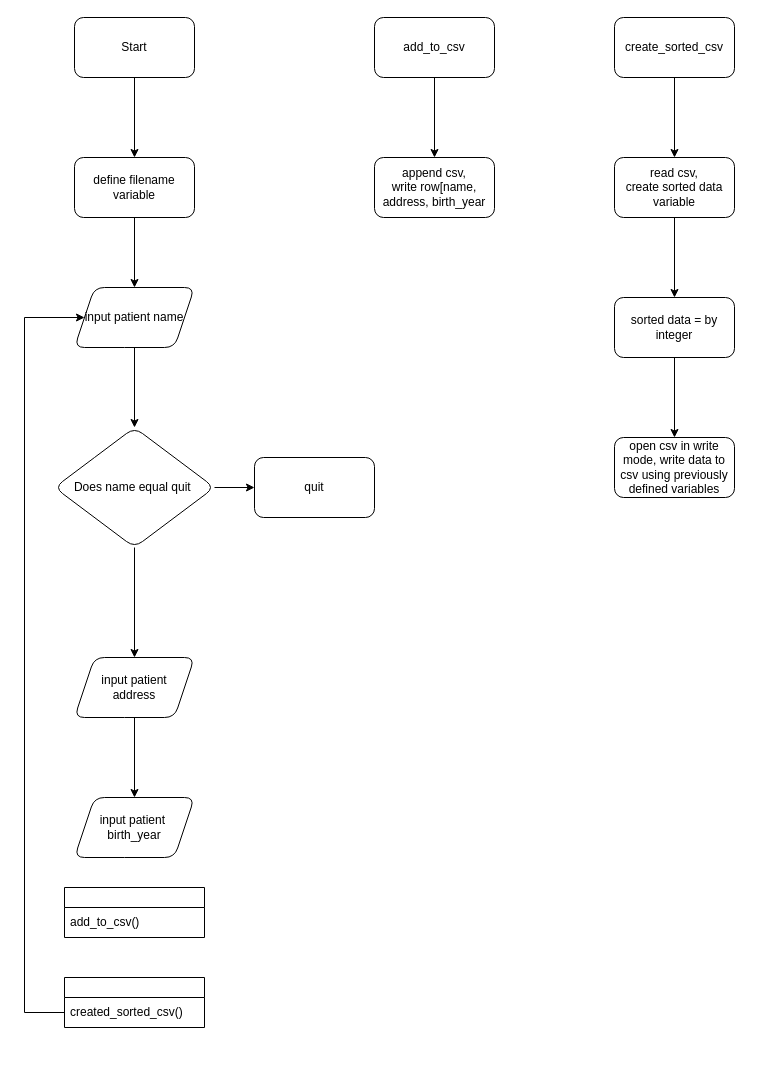
TheAgera/DrawIO keeps this draw.io diagram as M7 File Handling.drawio. Above is the earlier version. Source tidied: cells renumbered, new cells numbered last; positions are measured from the earlier drawing's top-left corner, leaving out a move shared by most shapes. Both pictures are drawn from the tidied source at 100%, with x=0, y=0 at pixel (24, 17).
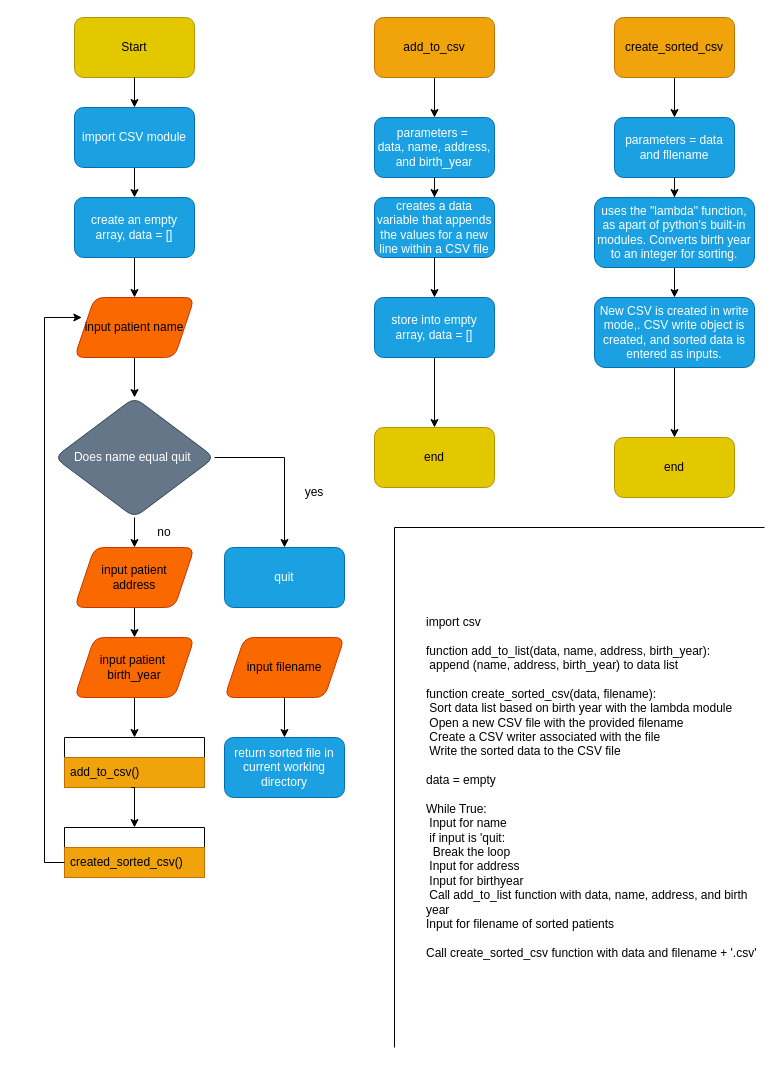
The same page after the edit.

Change to the diagram source:
```diff
@@
-    <mxCell id="2" style="edgeStyle=orthogonalEdgeStyle;rounded=0;jettySize=auto;html=1;" parent="1" edge="1" source="3" target="5">
-      <mxGeometry relative="1" as="geometry" />
-    </mxCell>
-    <mxCell id="3" value="Start" style="rounded=1;whiteSpace=wrap;html=1;" parent="1" vertex="1">
+    <mxCell id="3" value="Start" style="rounded=1;whiteSpace=wrap;html=1;fillColor=#e3c800;fontColor=#000000;strokeColor=#B09500;" parent="1" vertex="1">
       <mxGeometry x="50" width="120" height="60" as="geometry" />
     </mxCell>
@@
-    <mxCell id="5" value="define filename variable" style="whiteSpace=wrap;html=1;rounded=1;" parent="1" vertex="1">
-      <mxGeometry x="50" y="140" width="120" height="60" as="geometry" />
-    </mxCell>
-    <mxCell id="6" style="edgeStyle=orthogonalEdgeStyle;rounded=0;jettySize=auto;html=1;" parent="1" edge="1" source="8" target="9">
+    <mxCell id="6" style="edgeStyle=orthogonalEdgeStyle;rounded=0;jettySize=auto;html=1;exitX=1;exitY=0.5;exitDx=0;exitDy=0;" parent="1" edge="1" source="8" target="9">
       <mxGeometry relative="1" as="geometry" />
     </mxCell>
@@
-    <mxCell id="8" value="Does name equal quit&amp;nbsp;" style="rhombus;whiteSpace=wrap;html=1;rounded=1;" parent="1" vertex="1">
-      <mxGeometry x="30" y="410" width="160" height="120" as="geometry" />
+    <mxCell id="8" value="Does name equal quit&amp;nbsp;" style="rhombus;whiteSpace=wrap;html=1;rounded=1;fillColor=#647687;fontColor=#ffffff;strokeColor=#314354;" parent="1" vertex="1">
+      <mxGeometry x="30" y="380" width="160" height="120" as="geometry" />
     </mxCell>
-    <mxCell id="9" value="quit" style="whiteSpace=wrap;html=1;rounded=1;" parent="1" vertex="1">
-      <mxGeometry x="230" y="440" width="120" height="60" as="geometry" />
+    <mxCell id="9" value="quit" style="whiteSpace=wrap;html=1;rounded=1;fillColor=#1ba1e2;fontColor=#ffffff;strokeColor=#006EAF;" parent="1" vertex="1">
+      <mxGeometry x="200" y="530" width="120" height="60" as="geometry" />
     </mxCell>
@@
-    <mxCell id="11" value="input patient&lt;br&gt;address" style="shape=parallelogram;perimeter=parallelogramPerimeter;whiteSpace=wrap;html=1;fixedSize=1;rounded=1;" parent="1" vertex="1">
-      <mxGeometry x="50" y="640" width="120" height="60" as="geometry" />
+    <mxCell id="11" value="input patient&lt;br&gt;address" style="shape=parallelogram;perimeter=parallelogramPerimeter;whiteSpace=wrap;html=1;fixedSize=1;rounded=1;fillColor=#fa6800;fontColor=#000000;strokeColor=#C73500;" parent="1" vertex="1">
+      <mxGeometry x="50" y="530" width="120" height="60" as="geometry" />
     </mxCell>
-    <mxCell id="12" style="edgeStyle=orthogonalEdgeStyle;rounded=0;jettySize=auto;html=1;" parent="1" edge="1" source="5" target="13">
-      <mxGeometry relative="1" as="geometry" />
-    </mxCell>
-    <mxCell id="13" value="input patient name" style="shape=parallelogram;perimeter=parallelogramPerimeter;whiteSpace=wrap;html=1;fixedSize=1;rounded=1;" parent="1" vertex="1">
-      <mxGeometry x="50" y="270" width="120" height="60" as="geometry" />
+    <mxCell id="13" value="input patient name" style="shape=parallelogram;perimeter=parallelogramPerimeter;whiteSpace=wrap;html=1;fixedSize=1;rounded=1;fillColor=#fa6800;fontColor=#000000;strokeColor=#C73500;" parent="1" vertex="1">
+      <mxGeometry x="50" y="280" width="120" height="60" as="geometry" />
     </mxCell>
+    <mxCell id="30" style="edgeStyle=orthogonalEdgeStyle;rounded=0;jettySize=auto;html=1;entryX=0.5;entryY=0;entryDx=0;entryDy=0;" parent="1" edge="1" source="14" target="15">
+      <mxGeometry relative="1" as="geometry" />
+    </mxCell>
-    <mxCell id="14" value="input patient&amp;nbsp;&lt;br&gt;birth_year" style="shape=parallelogram;perimeter=parallelogramPerimeter;whiteSpace=wrap;html=1;fixedSize=1;rounded=1;" parent="1" vertex="1">
-      <mxGeometry x="50" y="780" width="120" height="60" as="geometry" />
+    <mxCell id="14" value="input patient&amp;nbsp;&lt;br&gt;birth_year" style="shape=parallelogram;perimeter=parallelogramPerimeter;whiteSpace=wrap;html=1;fixedSize=1;rounded=1;fillColor=#fa6800;fontColor=#000000;strokeColor=#C73500;" parent="1" vertex="1">
+      <mxGeometry x="50" y="620" width="120" height="60" as="geometry" />
     </mxCell>
     <mxCell id="15" style="swimlane;fontStyle=0;horizontal=1;startSize=20;whiteSpace=wrap;html=1;" parent="1" vertex="1">
-      <mxGeometry x="40" y="870" width="140" height="50" as="geometry" />
+      <mxGeometry x="40" y="720" width="140" height="50" as="geometry" />
     </mxCell>
-    <mxCell id="16" value="add_to_csv()" style="text;strokeColor=none;fillColor=none;align=left;verticalAlign=middle;spacingLeft=4;spacingRight=4;overflow=hidden;whiteSpace=wrap;html=1;" parent="15" vertex="1">
+    <mxCell id="16" value="add_to_csv()" style="text;strokeColor=#BD7000;fillColor=#f0a30a;align=left;verticalAlign=middle;spacingLeft=4;spacingRight=4;overflow=hidden;whiteSpace=wrap;html=1;fontColor=#000000;" parent="15" vertex="1">
       <mxGeometry y="20" width="140" height="30" as="geometry" />
     </mxCell>
     <mxCell id="17" style="swimlane;fontStyle=0;horizontal=1;startSize=20;whiteSpace=wrap;html=1;" parent="1" vertex="1">
-      <mxGeometry x="40" y="960" width="140" height="50" as="geometry" />
+      <mxGeometry x="40" y="810" width="140" height="50" as="geometry" />
     </mxCell>
-    <mxCell id="18" value="created_sorted_csv()" style="text;strokeColor=none;fillColor=none;align=left;verticalAlign=middle;spacingLeft=4;spacingRight=4;overflow=hidden;points=[[0,0.5],[1,0.5]];portConstraint=eastwest;whiteSpace=wrap;html=1;" parent="17" vertex="1">
+    <mxCell id="18" value="created_sorted_csv()" style="text;strokeColor=#BD7000;fillColor=#f0a30a;align=left;verticalAlign=middle;spacingLeft=4;spacingRight=4;overflow=hidden;points=[[0,0.5],[1,0.5]];portConstraint=eastwest;whiteSpace=wrap;html=1;fontColor=#000000;" parent="17" vertex="1">
       <mxGeometry y="20" width="140" height="30" as="geometry" />
     </mxCell>
@@
-    <mxCell id="20" value="add_to_csv" style="rounded=1;whiteSpace=wrap;html=1;" parent="1" vertex="1">
+    <mxCell id="20" value="add_to_csv" style="rounded=1;whiteSpace=wrap;html=1;fillColor=#f0a30a;fontColor=#000000;strokeColor=#BD7000;" parent="1" vertex="1">
       <mxGeometry x="350" width="120" height="60" as="geometry" />
     </mxCell>
+    <mxCell id="31" style="edgeStyle=orthogonalEdgeStyle;rounded=0;jettySize=auto;html=1;" parent="1" edge="1" source="21" target="41">
+      <mxGeometry relative="1" as="geometry" />
+    </mxCell>
-    <mxCell id="21" value="append csv,&lt;br&gt;write row[name, address, birth_year" style="whiteSpace=wrap;html=1;rounded=1;" parent="1" vertex="1">
-      <mxGeometry x="350" y="140" width="120" height="60" as="geometry" />
+    <mxCell id="21" value="parameters =&amp;nbsp;&lt;br&gt;data, name, address, and birth_year" style="whiteSpace=wrap;html=1;rounded=1;fillColor=#1ba1e2;fontColor=#ffffff;strokeColor=#006EAF;" parent="1" vertex="1">
+      <mxGeometry x="350" y="100" width="120" height="60" as="geometry" />
     </mxCell>
@@
-    <mxCell id="23" value="create_sorted_csv" style="rounded=1;whiteSpace=wrap;html=1;" parent="1" vertex="1">
+    <mxCell id="23" value="create_sorted_csv" style="rounded=1;whiteSpace=wrap;html=1;fillColor=#f0a30a;fontColor=#000000;strokeColor=#BD7000;" parent="1" vertex="1">
       <mxGeometry x="590" width="120" height="60" as="geometry" />
     </mxCell>
@@
-    <mxCell id="25" value="read csv,&lt;br&gt;create sorted data variable" style="whiteSpace=wrap;html=1;rounded=1;" parent="1" vertex="1">
-      <mxGeometry x="590" y="140" width="120" height="60" as="geometry" />
+    <mxCell id="25" value="parameters = data and fllename" style="whiteSpace=wrap;html=1;rounded=1;fillColor=#1ba1e2;fontColor=#ffffff;strokeColor=#006EAF;" parent="1" vertex="1">
+      <mxGeometry x="590" y="100" width="120" height="60" as="geometry" />
     </mxCell>
-    <mxCell id="26" style="edgeStyle=orthogonalEdgeStyle;rounded=0;jettySize=auto;html=1;" parent="1" edge="1" source="27" target="28">
-      <mxGeometry relative="1" as="geometry" />
-    </mxCell>
+    <mxCell id="32" style="edgeStyle=orthogonalEdgeStyle;rounded=0;jettySize=auto;html=1;" parent="1" edge="1" source="27" target="43">
+      <mxGeometry relative="1" as="geometry" />
+    </mxCell>
-    <mxCell id="27" value="sorted data = by integer" style="whiteSpace=wrap;html=1;rounded=1;" parent="1" vertex="1">
-      <mxGeometry x="590" y="280" width="120" height="60" as="geometry" />
+    <mxCell id="27" value="uses the &quot;lambda&quot; function, as apart of python's built-in modules. Converts birth year to an integer for sorting." style="whiteSpace=wrap;html=1;rounded=1;fillColor=#1ba1e2;fontColor=#ffffff;strokeColor=#006EAF;" parent="1" vertex="1">
+      <mxGeometry x="570" y="180" width="160" height="70" as="geometry" />
     </mxCell>
-    <mxCell id="28" value="open csv in write mode, write data to csv using previously defined variables" style="whiteSpace=wrap;html=1;rounded=1;" parent="1" vertex="1">
-      <mxGeometry x="590" y="420" width="120" height="60" as="geometry" />
-    </mxCell>
-    <mxCell id="29" style="edgeStyle=orthogonalEdgeStyle;rounded=0;orthogonalLoop=1;jettySize=auto;html=1;" parent="1" edge="1">
-      <mxGeometry relative="1" as="geometry">
-        <mxPoint x="40" y="990" as="sourcePoint" />
-        <mxPoint x="60" y="300" as="targetPoint" />
-        <Array as="points">
-          <mxPoint y="995" />
-          <mxPoint y="300" />
-        </Array>
-      </mxGeometry>
-    </mxCell>
+    <mxCell id="33" style="edgeStyle=orthogonalEdgeStyle;rounded=0;jettySize=auto;html=1;" parent="1" edge="1" source="3" target="35">
+      <mxGeometry relative="1" as="geometry" />
+    </mxCell>
+    <mxCell id="34" style="edgeStyle=orthogonalEdgeStyle;rounded=0;jettySize=auto;html=1;" parent="1" edge="1" source="35" target="45">
+      <mxGeometry relative="1" as="geometry" />
+    </mxCell>
+    <mxCell id="35" value="import CSV module" style="rounded=1;whiteSpace=wrap;html=1;fillColor=#1ba1e2;fontColor=#ffffff;strokeColor=#006EAF;" parent="1" vertex="1">
+      <mxGeometry x="50" y="90" width="120" height="60" as="geometry" />
+    </mxCell>
+    <mxCell id="36" style="edgeStyle=orthogonalEdgeStyle;rounded=0;jettySize=auto;html=1;exitX=0.5;exitY=1;exitDx=0;exitDy=0;" parent="1" edge="1" source="37" target="38">
+      <mxGeometry relative="1" as="geometry" />
+    </mxCell>
+    <mxCell id="37" value="input filename" style="shape=parallelogram;perimeter=parallelogramPerimeter;whiteSpace=wrap;html=1;fixedSize=1;rounded=1;fillColor=#fa6800;fontColor=#000000;strokeColor=#C73500;" parent="1" vertex="1">
+      <mxGeometry x="200" y="620" width="120" height="60" as="geometry" />
+    </mxCell>
+    <mxCell id="38" value="return sorted file in current working directory" style="whiteSpace=wrap;html=1;rounded=1;fillColor=#1ba1e2;fontColor=#ffffff;strokeColor=#006EAF;" parent="1" vertex="1">
+      <mxGeometry x="200" y="720" width="120" height="60" as="geometry" />
+    </mxCell>
+    <mxCell id="39" style="edgeStyle=orthogonalEdgeStyle;rounded=0;jettySize=auto;html=1;exitX=0;exitY=0.5;exitDx=0;exitDy=0;entryX=0.061;entryY=0.333;entryDx=0;entryDy=0;entryPerimeter=0;" parent="1" edge="1" source="18" target="13">
+      <mxGeometry relative="1" as="geometry">
+        <Array as="points">
+          <mxPoint x="20" y="845" />
+          <mxPoint x="20" y="300" />
+        </Array>
+      </mxGeometry>
+    </mxCell>
+    <mxCell id="40" style="edgeStyle=orthogonalEdgeStyle;rounded=0;jettySize=auto;html=1;" parent="1" edge="1" source="41" target="50">
+      <mxGeometry relative="1" as="geometry" />
+    </mxCell>
+    <mxCell id="41" value="creates a data variable that appends the values for a new line within a CSV file" style="whiteSpace=wrap;html=1;rounded=1;fillColor=#1ba1e2;fontColor=#ffffff;strokeColor=#006EAF;" parent="1" vertex="1">
+      <mxGeometry x="350" y="180" width="120" height="60" as="geometry" />
+    </mxCell>
+    <mxCell id="42" style="edgeStyle=orthogonalEdgeStyle;rounded=0;jettySize=auto;html=1;" parent="1" edge="1" source="43" target="52">
+      <mxGeometry relative="1" as="geometry" />
+    </mxCell>
+    <mxCell id="43" value="New CSV is created in write mode,. CSV write object is created, and sorted data is entered as inputs." style="whiteSpace=wrap;html=1;rounded=1;fillColor=#1ba1e2;fontColor=#ffffff;strokeColor=#006EAF;" parent="1" vertex="1">
+      <mxGeometry x="570" y="280" width="160" height="70" as="geometry" />
+    </mxCell>
+    <mxCell id="44" style="edgeStyle=orthogonalEdgeStyle;rounded=0;jettySize=auto;html=1;" parent="1" edge="1" source="45" target="13">
+      <mxGeometry relative="1" as="geometry" />
+    </mxCell>
+    <mxCell id="45" value="create an empty array, data = []" style="whiteSpace=wrap;html=1;rounded=1;fillColor=#1ba1e2;fontColor=#ffffff;strokeColor=#006EAF;" parent="1" vertex="1">
+      <mxGeometry x="50" y="180" width="120" height="60" as="geometry" />
+    </mxCell>
+    <mxCell id="46" style="edgeStyle=orthogonalEdgeStyle;rounded=0;jettySize=auto;html=1;entryX=0.5;entryY=0;entryDx=0;entryDy=0;" parent="1" edge="1" target="17">
+      <mxGeometry relative="1" as="geometry">
+        <mxPoint x="110" y="770" as="sourcePoint" />
+        <Array as="points">
+          <mxPoint x="107" y="770" />
+          <mxPoint x="110" y="770" />
+        </Array>
+      </mxGeometry>
+    </mxCell>
+    <mxCell id="47" value="yes" style="text;html=1;strokeColor=none;fillColor=none;align=center;verticalAlign=middle;whiteSpace=wrap;rounded=0;" parent="1" vertex="1">
+      <mxGeometry x="260" y="460" width="60" height="30" as="geometry" />
+    </mxCell>
+    <mxCell id="48" value="no" style="text;html=1;strokeColor=none;fillColor=none;align=center;verticalAlign=middle;whiteSpace=wrap;rounded=0;" parent="1" vertex="1">
+      <mxGeometry x="110" y="500" width="60" height="30" as="geometry" />
+    </mxCell>
+    <mxCell id="49" style="edgeStyle=orthogonalEdgeStyle;rounded=0;jettySize=auto;html=1;" parent="1" edge="1" source="50" target="51">
+      <mxGeometry relative="1" as="geometry" />
+    </mxCell>
+    <mxCell id="50" value="store into empty array, data = []" style="whiteSpace=wrap;html=1;rounded=1;fillColor=#1ba1e2;fontColor=#ffffff;strokeColor=#006EAF;" parent="1" vertex="1">
+      <mxGeometry x="350" y="280" width="120" height="60" as="geometry" />
+    </mxCell>
+    <mxCell id="51" value="end" style="whiteSpace=wrap;html=1;rounded=1;fillColor=#e3c800;fontColor=#000000;strokeColor=#B09500;" parent="1" vertex="1">
+      <mxGeometry x="350" y="410" width="120" height="60" as="geometry" />
+    </mxCell>
+    <mxCell id="52" value="end" style="whiteSpace=wrap;html=1;rounded=1;fillColor=#e3c800;fontColor=#000000;strokeColor=#B09500;" parent="1" vertex="1">
+      <mxGeometry x="590" y="420" width="120" height="60" as="geometry" />
+    </mxCell>
+    <mxCell id="53" value="import csv&lt;br&gt;&lt;br&gt;function add_to_list(data, name, address, birth_year):&lt;br&gt;&lt;span style=&quot;white-space: pre;&quot;&gt; &lt;/span&gt;append (name, address, birth_year) to data list&lt;br&gt;&lt;br&gt;function create_sorted_csv(data, filename):&lt;br&gt;&lt;span style=&quot;white-space: pre;&quot;&gt; &lt;/span&gt;Sort data list based on birth year with the lambda module&lt;br&gt;&lt;span style=&quot;white-space: pre;&quot;&gt; &lt;/span&gt;Open a new CSV file with the provided filename&lt;br&gt;&lt;span style=&quot;white-space: pre;&quot;&gt; &lt;/span&gt;Create a CSV writer associated with the file&lt;br&gt;&lt;span style=&quot;white-space: pre;&quot;&gt; &lt;/span&gt;Write the sorted data to the CSV file&lt;br&gt;&lt;br&gt;data = empty&lt;br&gt;&lt;br&gt;While True:&lt;br&gt;&lt;span style=&quot;white-space: pre;&quot;&gt; &lt;/span&gt;Input for name&lt;br&gt;&lt;span style=&quot;white-space: pre;&quot;&gt; &lt;/span&gt;if input is 'quit:&lt;br&gt;&lt;span style=&quot;white-space: pre;&quot;&gt; &lt;/span&gt;&lt;span style=&quot;white-space: pre;&quot;&gt; &lt;/span&gt;Break the loop&lt;br&gt;&lt;span style=&quot;white-space: pre;&quot;&gt; &lt;/span&gt;Input for address&lt;br&gt;&lt;span style=&quot;white-space: pre;&quot;&gt; &lt;/span&gt;Input for birthyear&lt;br&gt;&lt;span style=&quot;white-space: pre;&quot;&gt; &lt;/span&gt;Call add_to_list function with data, name, address, and birth year&lt;br&gt;Input for filename of sorted patients&lt;br&gt;&lt;br&gt;Call create_sorted_csv function with data and filename + '.csv'" style="text;html=1;strokeColor=none;fillColor=none;align=left;verticalAlign=middle;whiteSpace=wrap;rounded=0;" parent="1" vertex="1">
+      <mxGeometry x="400" y="510" width="340" height="520" as="geometry" />
+    </mxCell>
+    <mxCell id="54" style="endArrow=none;html=1;rounded=0;" parent="1" edge="1">
+      <mxGeometry relative="1" as="geometry">
+        <mxPoint x="370" y="1030" as="sourcePoint" />
+        <mxPoint x="370" y="510" as="targetPoint" />
+      </mxGeometry>
+    </mxCell>
+    <mxCell id="55" style="endArrow=none;html=1;rounded=0;exitX=1;exitY=0;exitDx=0;exitDy=0;" parent="1" edge="1" source="53">
+      <mxGeometry relative="1" as="geometry">
+        <mxPoint x="370" y="510" as="targetPoint" />
+      </mxGeometry>
+    </mxCell>
```
